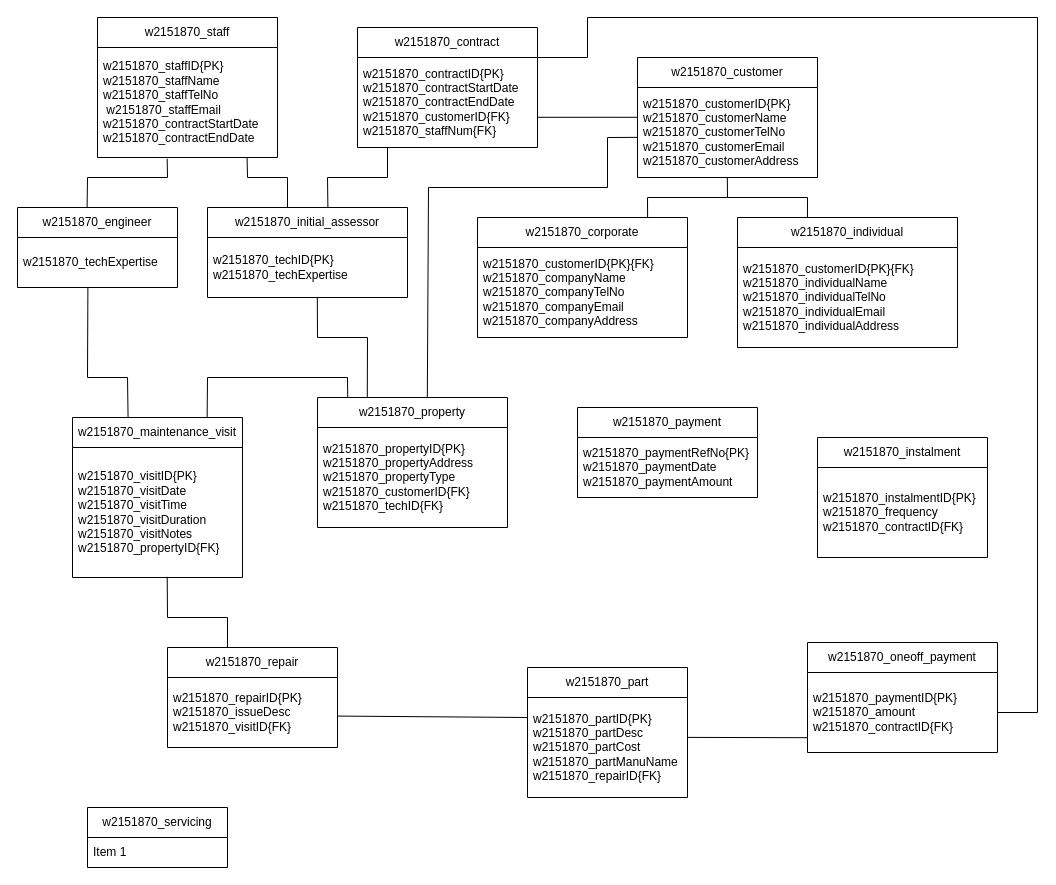
Earlier version of the draw.io diagram question_8.drawio (Yoda200512/skills-introduction-to-github). Source tidied: cells renumbered, new cells numbered last; positions are measured from the earlier drawing's top-left corner, leaving out a move shared by most shapes. Both pictures are drawn from the tidied source at 100%, with x=0, y=0 at pixel (17, 17).
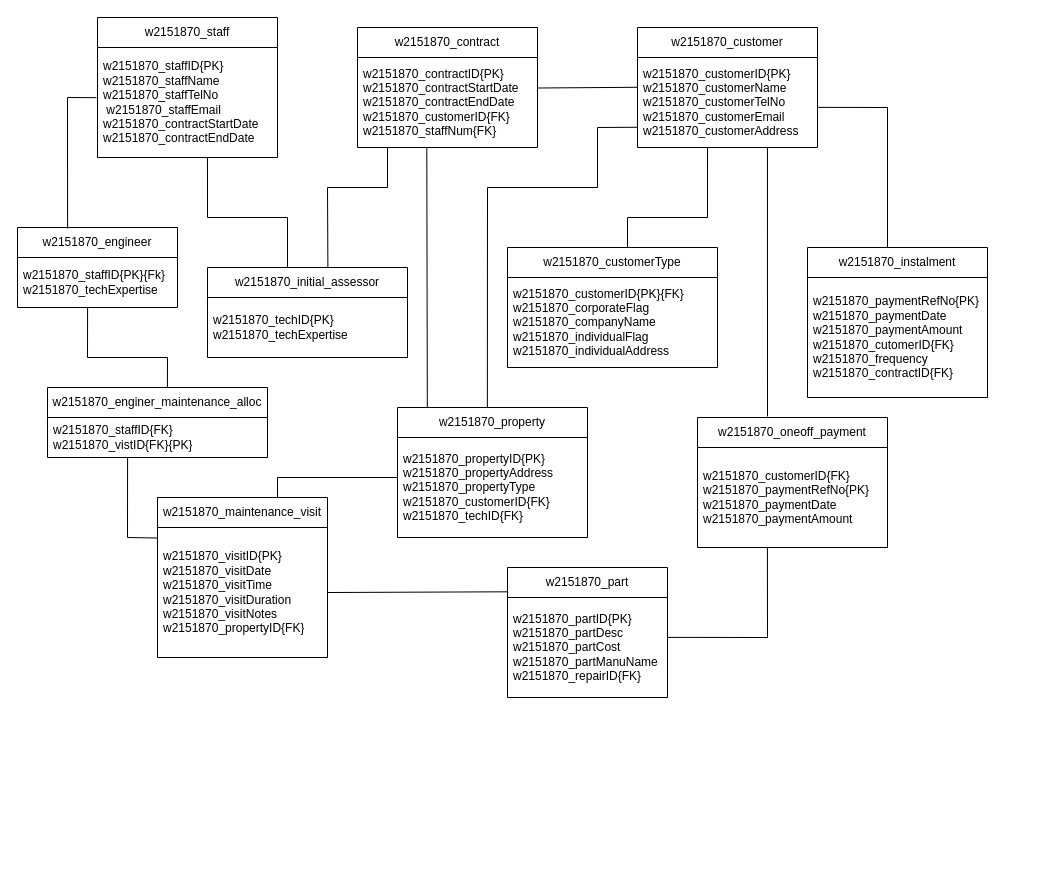
The same page after the edit.

Unchanged cells that the change refers to:
```xml
<mxCell id="3" value="w2151870_staffID{PK}&lt;br&gt;w2151870_staffName&lt;br&gt;w2151870_staffTelNo&lt;br&gt;&amp;nbsp;w2151870_staffEmail&lt;br&gt;w2151870_contractStartDate&lt;br&gt;w2151870_contractEndDate" style="text;strokeColor=none;fillColor=none;align=left;verticalAlign=middle;spacingLeft=4;spacingRight=4;overflow=hidden;points=[[0,0.5],[1,0.5]];portConstraint=eastwest;whiteSpace=wrap;html=1;" parent="2" vertex="1">
  <mxGeometry y="30" width="180" height="110" as="geometry" />
</mxCell>
<mxCell id="4" value="w2151870_contract" style="swimlane;fontStyle=0;horizontal=1;startSize=30;whiteSpace=wrap;html=1;" parent="1" vertex="1">
  <mxGeometry x="340" y="10" width="180" height="120" as="geometry" />
</mxCell>
<mxCell id="5" value="w2151870_contractID{PK}&lt;br&gt;w2151870_contractStartDate&lt;br&gt;w2151870_contractEndDate&lt;br&gt;w2151870_customerID{FK}&lt;br&gt;w2151870_staffNum{FK}" style="text;strokeColor=none;fillColor=none;align=left;verticalAlign=middle;spacingLeft=4;spacingRight=4;overflow=hidden;points=[[0,0.5],[1,0.5]];portConstraint=eastwest;whiteSpace=wrap;html=1;" parent="4" vertex="1">
  <mxGeometry y="30" width="180" height="90" as="geometry" />
</mxCell>
<mxCell id="7" value="w2151870_customerID{PK}&lt;br&gt;w2151870_customerName&lt;br&gt;w2151870_customerTelNo&lt;br&gt;w2151870_customerEmail&lt;br&gt;w2151870_customerAddress" style="text;strokeColor=none;fillColor=none;align=left;verticalAlign=middle;spacingLeft=4;spacingRight=4;overflow=hidden;points=[[0,0.5],[1,0.5]];portConstraint=eastwest;whiteSpace=wrap;html=1;" parent="6" vertex="1">
  <mxGeometry y="30" width="180" height="90" as="geometry" />
</mxCell>
<mxCell id="13" value="w2151870_techID{PK}&lt;br&gt;w2151870_techExpertise" style="text;strokeColor=none;fillColor=none;align=left;verticalAlign=middle;spacingLeft=4;spacingRight=4;overflow=hidden;points=[[0,0.5],[1,0.5]];portConstraint=eastwest;whiteSpace=wrap;html=1;" parent="12" vertex="1">
  <mxGeometry y="30" width="200" height="60" as="geometry" />
</mxCell>
<mxCell id="15" value="w2151870_visitID{PK}&lt;br&gt;w2151870_visitDate&lt;br&gt;w2151870_visitTime&lt;br&gt;w2151870_visitDuration&lt;br&gt;w2151870_visitNotes&lt;br&gt;w2151870_propertyID{FK}" style="text;strokeColor=none;fillColor=none;align=left;verticalAlign=middle;spacingLeft=4;spacingRight=4;overflow=hidden;points=[[0,0.5],[1,0.5]];portConstraint=eastwest;whiteSpace=wrap;html=1;" parent="14" vertex="1">
  <mxGeometry y="30" width="170" height="130" as="geometry" />
</mxCell>
<mxCell id="31" value="w2151870_partID{PK}&lt;br&gt;w2151870_partDesc&lt;br&gt;w2151870_partCost&lt;br&gt;w2151870_partManuName&lt;br&gt;w2151870_repairID{FK}" style="text;strokeColor=none;fillColor=none;align=left;verticalAlign=middle;spacingLeft=4;spacingRight=4;overflow=hidden;points=[[0,0.5],[1,0.5]];portConstraint=eastwest;whiteSpace=wrap;html=1;" parent="30" vertex="1">
  <mxGeometry y="30" width="160" height="100" as="geometry" />
</mxCell>
```

The edit, as a diff of the source:
```diff
@@
     <mxCell id="6" value="w2151870_customer" style="swimlane;fontStyle=0;horizontal=1;startSize=30;whiteSpace=wrap;html=1;" parent="1" vertex="1">
-      <mxGeometry x="620" y="40" width="180" height="120" as="geometry" />
+      <mxGeometry x="620" y="10" width="180" height="120" as="geometry" />
     </mxCell>
@@
-    <mxCell id="8" value="w2151870_corporate" style="swimlane;fontStyle=0;horizontal=1;startSize=30;whiteSpace=wrap;html=1;" parent="1" vertex="1">
-      <mxGeometry x="460" y="200" width="210" height="120" as="geometry" />
-    </mxCell>
-    <mxCell id="9" value="w2151870_customerID{PK}{FK}&lt;br&gt;w2151870_companyName&lt;br&gt;w2151870_companyTelNo&lt;br&gt;w2151870_companyEmail&lt;br&gt;w2151870_companyAddress" style="text;strokeColor=none;fillColor=none;align=left;verticalAlign=middle;spacingLeft=4;spacingRight=4;overflow=hidden;whiteSpace=wrap;html=1;" parent="8" vertex="1">
-      <mxGeometry y="30" width="210" height="90" as="geometry" />
-    </mxCell>
     <mxCell id="10" value="w2151870_property" style="swimlane;fontStyle=0;horizontal=1;startSize=30;whiteSpace=wrap;html=1;" parent="1" vertex="1">
-      <mxGeometry x="300" y="380" width="190" height="130" as="geometry" />
+      <mxGeometry x="380" y="390" width="190" height="130" as="geometry" />
     </mxCell>
@@
     <mxCell id="12" value="w2151870_initial_assessor" style="swimlane;fontStyle=0;horizontal=1;startSize=30;whiteSpace=wrap;html=1;" parent="1" vertex="1">
-      <mxGeometry x="190" y="190" width="200" height="90" as="geometry" />
+      <mxGeometry x="190" y="250" width="200" height="90" as="geometry" />
     </mxCell>
@@
     <mxCell id="14" value="w2151870_maintenance_visit" style="swimlane;fontStyle=0;horizontal=1;startSize=30;whiteSpace=wrap;html=1;" parent="1" vertex="1">
-      <mxGeometry x="55" y="400" width="170" height="160" as="geometry" />
+      <mxGeometry x="140" y="480" width="170" height="160" as="geometry" />
     </mxCell>
@@
-    <mxCell id="16" value="w2151870_repair" style="swimlane;fontStyle=0;horizontal=1;startSize=30;whiteSpace=wrap;html=1;" parent="1" vertex="1">
-      <mxGeometry x="150" y="630" width="170" height="100" as="geometry" />
-    </mxCell>
-    <mxCell id="17" value="w2151870_repairID{PK}&lt;br&gt;w2151870_issueDesc&lt;br&gt;w2151870_visitID{FK}" style="text;strokeColor=none;fillColor=none;align=left;verticalAlign=middle;spacingLeft=4;spacingRight=4;overflow=hidden;points=[[0,0.5],[1,0.5]];portConstraint=eastwest;whiteSpace=wrap;html=1;" parent="16" vertex="1">
-      <mxGeometry y="30" width="170" height="70" as="geometry" />
-    </mxCell>
     <mxCell id="18" value="&lt;span style=&quot;text-align: left;&quot;&gt;w2151870_oneoff_payment&lt;/span&gt;" style="swimlane;fontStyle=0;horizontal=1;startSize=30;whiteSpace=wrap;html=1;" parent="1" vertex="1">
-      <mxGeometry x="790" y="625" width="190" height="110" as="geometry" />
+      <mxGeometry x="680" y="400" width="190" height="130" as="geometry" />
     </mxCell>
-    <mxCell id="19" value="w2151870_paymentID{PK}&lt;br&gt;w2151870_amount&lt;br&gt;w2151870_contractID{FK}" style="text;strokeColor=none;fillColor=none;align=left;verticalAlign=middle;spacingLeft=4;spacingRight=4;overflow=hidden;points=[[0,0.5],[1,0.5]];portConstraint=eastwest;whiteSpace=wrap;html=1;" parent="18" vertex="1">
-      <mxGeometry y="30" width="190" height="80" as="geometry" />
+    <mxCell id="19" value="w2151870_customerID{FK}&lt;br&gt;w2151870_paymentRefNo{PK}&lt;div&gt;w2151870_paymentDate&lt;/div&gt;&lt;div&gt;w2151870_paymentAmount&lt;/div&gt;" style="text;strokeColor=none;fillColor=none;align=left;verticalAlign=middle;spacingLeft=4;spacingRight=4;overflow=hidden;points=[[0,0.5],[1,0.5]];portConstraint=eastwest;whiteSpace=wrap;html=1;" parent="18" vertex="1">
+      <mxGeometry y="30" width="190" height="100" as="geometry" />
     </mxCell>
     <mxCell id="20" value="w2151870_instalment" style="swimlane;fontStyle=0;horizontal=1;startSize=30;whiteSpace=wrap;html=1;" parent="1" vertex="1">
-      <mxGeometry x="800" y="420" width="170" height="120" as="geometry" />
+      <mxGeometry x="790" y="230" width="180" height="150" as="geometry" />
     </mxCell>
-    <mxCell id="21" value="w2151870_instalmentID{PK}&lt;br&gt;w2151870_frequency&lt;br&gt;w2151870_contractID{FK}" style="text;strokeColor=none;fillColor=none;align=left;verticalAlign=middle;spacingLeft=4;spacingRight=4;overflow=hidden;whiteSpace=wrap;html=1;" parent="20" vertex="1">
-      <mxGeometry y="30" width="170" height="90" as="geometry" />
+    <mxCell id="21" value="w2151870_paymentRefNo{PK}&lt;div&gt;w2151870_paymentDate&lt;/div&gt;&lt;div&gt;w2151870_paymentAmount&lt;br&gt;w2151870_cutomerID{FK}&lt;/div&gt;w2151870_frequency&lt;br&gt;w2151870_contractID{FK}" style="text;strokeColor=none;fillColor=none;align=left;verticalAlign=middle;spacingLeft=4;spacingRight=4;overflow=hidden;whiteSpace=wrap;html=1;" parent="20" vertex="1">
+      <mxGeometry y="30" width="180" height="120" as="geometry" />
     </mxCell>
     <mxCell id="22" value="w2151870_engineer" style="swimlane;fontStyle=0;horizontal=1;startSize=30;whiteSpace=wrap;html=1;" parent="1" vertex="1">
-      <mxGeometry y="190" width="160" height="80" as="geometry" />
+      <mxGeometry y="210" width="160" height="80" as="geometry" />
     </mxCell>
-    <mxCell id="23" value="w2151870_techExpertise" style="text;strokeColor=none;fillColor=none;align=left;verticalAlign=middle;spacingLeft=4;spacingRight=4;overflow=hidden;points=[[0,0.5],[1,0.5]];portConstraint=eastwest;whiteSpace=wrap;html=1;" parent="22" vertex="1">
+    <mxCell id="23" value="w2151870_staffID{PK}{Fk}&lt;div&gt;w2151870_techExpertise&lt;/div&gt;" style="text;strokeColor=none;fillColor=none;align=left;verticalAlign=middle;spacingLeft=4;spacingRight=4;overflow=hidden;points=[[0,0.5],[1,0.5]];portConstraint=eastwest;whiteSpace=wrap;html=1;" parent="22" vertex="1">
       <mxGeometry y="30" width="160" height="50" as="geometry" />
     </mxCell>
-    <mxCell id="24" value="w2151870_servicing" style="swimlane;fontStyle=0;horizontal=1;startSize=30;whiteSpace=wrap;html=1;" parent="1" vertex="1">
-      <mxGeometry x="70" y="790" width="140" height="60" as="geometry" />
+    <mxCell id="24" value="w2151870_enginer_maintenance_alloc" style="swimlane;fontStyle=0;horizontal=1;startSize=30;whiteSpace=wrap;html=1;" parent="1" vertex="1">
+      <mxGeometry x="30" y="370" width="220" height="70" as="geometry" />
     </mxCell>
-    <mxCell id="25" value="Item 1" style="text;strokeColor=none;fillColor=none;align=left;verticalAlign=middle;spacingLeft=4;spacingRight=4;overflow=hidden;points=[[0,0.5],[1,0.5]];portConstraint=eastwest;whiteSpace=wrap;html=1;" parent="24" vertex="1">
-      <mxGeometry y="30" width="140" height="30" as="geometry" />
+    <mxCell id="25" value="w2151870_staffID{FK}&lt;br&gt;w2151870_vistID{FK}{PK}" style="text;strokeColor=none;fillColor=none;align=left;verticalAlign=middle;spacingLeft=4;spacingRight=4;overflow=hidden;points=[[0,0.5],[1,0.5]];portConstraint=eastwest;whiteSpace=wrap;html=1;" parent="24" vertex="1">
+      <mxGeometry y="30" width="220" height="40" as="geometry" />
     </mxCell>
-    <mxCell id="26" value="w2151870_payment" style="swimlane;fontStyle=0;horizontal=1;startSize=30;whiteSpace=wrap;html=1;" parent="1" vertex="1">
-      <mxGeometry x="560" y="390" width="180" height="90" as="geometry" />
-    </mxCell>
-    <mxCell id="27" value="w2151870_paymentRefNo{PK}&lt;div&gt;w2151870_paymentDate&lt;/div&gt;&lt;div&gt;w2151870_paymentAmount&lt;/div&gt;" style="text;strokeColor=none;fillColor=none;align=left;verticalAlign=middle;spacingLeft=4;spacingRight=4;overflow=hidden;whiteSpace=wrap;html=1;" parent="26" vertex="1">
-      <mxGeometry y="30" width="180" height="60" as="geometry" />
-    </mxCell>
-    <mxCell id="28" value="w2151870_individual" style="swimlane;fontStyle=0;horizontal=1;startSize=30;whiteSpace=wrap;html=1;" parent="1" vertex="1">
-      <mxGeometry x="720" y="200" width="220" height="130" as="geometry" />
-    </mxCell>
-    <mxCell id="29" value="w2151870_customerID{PK}{FK}&lt;br&gt;w2151870_individualName&lt;br&gt;w2151870_individualTelNo&lt;br&gt;w2151870_individualEmail&lt;br&gt;w2151870_individualAddress" style="text;strokeColor=none;fillColor=none;align=left;verticalAlign=middle;spacingLeft=4;spacingRight=4;overflow=hidden;whiteSpace=wrap;html=1;" parent="28" vertex="1">
-      <mxGeometry y="30" width="220" height="100" as="geometry" />
-    </mxCell>
     <mxCell id="30" value="w2151870_part" style="swimlane;fontStyle=0;horizontal=1;startSize=30;whiteSpace=wrap;html=1;" parent="1" vertex="1">
-      <mxGeometry x="510" y="650" width="160" height="130" as="geometry" />
+      <mxGeometry x="490" y="550" width="160" height="130" as="geometry" />
     </mxCell>
@@
-    <mxCell id="32" style="endArrow=none;html=1;rounded=0;entryX=0.4;entryY=0;entryDx=0;entryDy=0;entryPerimeter=0;exitX=0.831;exitY=1.003;exitDx=0;exitDy=0;exitPerimeter=0;" parent="1" edge="1" source="3" target="12">
+    <mxCell id="32" style="endArrow=none;html=1;rounded=0;entryX=0.4;entryY=0;entryDx=0;entryDy=0;entryPerimeter=0;exitX=0.611;exitY=1;exitDx=0;exitDy=0;exitPerimeter=0;" parent="1" edge="1" source="3" target="12">
       <mxGeometry relative="1" as="geometry">
         <Array as="points">
-          <mxPoint x="230" y="160" />
-          <mxPoint x="270" y="160" />
+          <mxPoint x="190" y="200" />
+          <mxPoint x="270" y="200" />
         </Array>
       </mxGeometry>
     </mxCell>
-    <mxCell id="33" style="endArrow=none;html=1;rounded=0;entryX=0;entryY=0.331;entryDx=0;entryDy=0;entryPerimeter=0;exitX=0.996;exitY=0.538;exitDx=0;exitDy=0;exitPerimeter=0;" parent="1" edge="1" target="7">
-      <mxGeometry relative="1" as="geometry">
-        <mxPoint x="520" y="99.8" as="sourcePoint" />
-      </mxGeometry>
+    <mxCell id="33" style="endArrow=none;html=1;rounded=0;entryX=0;entryY=0.331;entryDx=0;entryDy=0;entryPerimeter=0;exitX=1.003;exitY=0.339;exitDx=0;exitDy=0;exitPerimeter=0;" parent="1" edge="1" source="5" target="7">
+      <mxGeometry relative="1" as="geometry" />
     </mxCell>
-    <mxCell id="34" style="endArrow=none;html=1;rounded=0;entryX=-0.002;entryY=0.554;entryDx=0;entryDy=0;entryPerimeter=0;exitX=0.578;exitY=0.004;exitDx=0;exitDy=0;exitPerimeter=0;" parent="1" edge="1" source="10" target="7">
+    <mxCell id="34" style="endArrow=none;html=1;rounded=0;entryX=-0.001;entryY=0.775;entryDx=0;entryDy=0;entryPerimeter=0;exitX=0.473;exitY=0.001;exitDx=0;exitDy=0;exitPerimeter=0;" parent="1" edge="1" source="10" target="7">
       <mxGeometry relative="1" as="geometry">
         <Array as="points">
-          <mxPoint x="411" y="170" />
-          <mxPoint x="590" y="170" />
-          <mxPoint x="590" y="120" />
+          <mxPoint x="470" y="170" />
+          <mxPoint x="580" y="170" />
+          <mxPoint x="580" y="110" />
         </Array>
       </mxGeometry>
     </mxCell>
-    <mxCell id="35" style="endArrow=none;html=1;rounded=0;entryX=0.262;entryY=0.001;entryDx=0;entryDy=0;exitX=0.549;exitY=0.997;exitDx=0;exitDy=0;exitPerimeter=0;entryPerimeter=0;" parent="1" edge="1" source="13" target="10">
-      <mxGeometry relative="1" as="geometry">
-        <Array as="points">
-          <mxPoint x="300" y="320" />
-          <mxPoint x="350" y="320" />
-        </Array>
-      </mxGeometry>
-    </mxCell>
-    <mxCell id="36" style="endArrow=none;html=1;rounded=0;entryX=0.159;entryY=0;entryDx=0;entryDy=0;entryPerimeter=0;exitX=0.792;exitY=0;exitDx=0;exitDy=0;exitPerimeter=0;" parent="1" edge="1" source="14" target="10">
-      <mxGeometry relative="1" as="geometry">
-        <Array as="points">
-          <mxPoint x="190" y="360" />
-          <mxPoint x="330" y="360" />
-        </Array>
-      </mxGeometry>
-    </mxCell>
-    <mxCell id="37" style="endArrow=none;html=1;rounded=0;entryX=0.353;entryY=-0.002;entryDx=0;entryDy=0;entryPerimeter=0;exitX=0.557;exitY=0.995;exitDx=0;exitDy=0;exitPerimeter=0;" parent="1" edge="1" source="15" target="16">
-      <mxGeometry relative="1" as="geometry">
-        <Array as="points">
-          <mxPoint x="150" y="600" />
-          <mxPoint x="210" y="600" />
-        </Array>
-      </mxGeometry>
-    </mxCell>
-    <mxCell id="38" style="endArrow=none;html=1;rounded=0;entryX=0;entryY=0.2;entryDx=0;entryDy=0;entryPerimeter=0;exitX=0.998;exitY=0.551;exitDx=0;exitDy=0;exitPerimeter=0;" parent="1" edge="1" source="17" target="31">
+    <mxCell id="38" style="endArrow=none;html=1;rounded=0;exitX=1;exitY=0.5;exitDx=0;exitDy=0;entryX=-0.001;entryY=0.187;entryDx=0;entryDy=0;entryPerimeter=0;" parent="1" edge="1" source="15" target="30">
       <mxGeometry relative="1" as="geometry" />
     </mxCell>
-    <mxCell id="39" style="endArrow=none;html=1;rounded=0;exitX=1;exitY=0.25;exitDx=0;exitDy=0;entryX=1;entryY=0.5;entryDx=0;entryDy=0;" parent="1" edge="1" source="4" target="19">
+    <mxCell id="39" style="endArrow=none;html=1;rounded=0;exitX=0.999;exitY=0.554;exitDx=0;exitDy=0;exitPerimeter=0;" parent="1" edge="1" source="7">
       <mxGeometry relative="1" as="geometry">
+        <mxPoint x="870" y="230" as="targetPoint" />
         <Array as="points">
-          <mxPoint x="570" y="40" />
-          <mxPoint x="570" />
-          <mxPoint x="1020" />
-          <mxPoint x="1020" y="695" />
+          <mxPoint x="870" y="90" />
         </Array>
       </mxGeometry>
     </mxCell>
-    <mxCell id="40" style="endArrow=none;html=1;rounded=0;entryX=0.318;entryY=-0.001;entryDx=0;entryDy=0;entryPerimeter=0;" parent="1" edge="1" target="28">
-      <mxGeometry relative="1" as="geometry">
-        <mxPoint x="710" y="180" as="sourcePoint" />
-        <Array as="points">
-          <mxPoint x="790" y="180" />
-        </Array>
-      </mxGeometry>
-    </mxCell>
-    <mxCell id="41" style="endArrow=none;html=1;rounded=0;entryX=0.499;entryY=0.998;entryDx=0;entryDy=0;entryPerimeter=0;exitX=0.81;exitY=0;exitDx=0;exitDy=0;exitPerimeter=0;" parent="1" edge="1" source="8" target="7">
-      <mxGeometry relative="1" as="geometry">
-        <Array as="points">
-          <mxPoint x="630" y="180" />
-          <mxPoint x="710" y="180" />
-        </Array>
-      </mxGeometry>
-    </mxCell>
     <mxCell id="42" style="endArrow=none;html=1;rounded=0;exitX=0.602;exitY=0;exitDx=0;exitDy=0;exitPerimeter=0;" parent="1" edge="1" source="12">
       <mxGeometry relative="1" as="geometry">
         <mxPoint x="370" y="130" as="targetPoint" />
         <Array as="points">
-          <mxPoint x="310" y="160" />
-          <mxPoint x="370" y="160" />
+          <mxPoint x="310" y="170" />
+          <mxPoint x="370" y="170" />
         </Array>
       </mxGeometry>
     </mxCell>
-    <mxCell id="43" style="endArrow=none;html=1;rounded=0;entryX=0.387;entryY=1.011;entryDx=0;entryDy=0;entryPerimeter=0;exitX=0.435;exitY=-0.001;exitDx=0;exitDy=0;exitPerimeter=0;" parent="1" edge="1" source="22" target="3">
+    <mxCell id="43" style="endArrow=none;html=1;rounded=0;entryX=-0.006;entryY=0.456;entryDx=0;entryDy=0;entryPerimeter=0;exitX=0.313;exitY=0.012;exitDx=0;exitDy=0;exitPerimeter=0;" parent="1" edge="1" source="22" target="3">
       <mxGeometry relative="1" as="geometry">
         <Array as="points">
-          <mxPoint x="70" y="160" />
-          <mxPoint x="150" y="160" />
+          <mxPoint x="50" y="80" />
         </Array>
       </mxGeometry>
     </mxCell>
-    <mxCell id="44" style="endArrow=none;html=1;rounded=0;entryX=0.327;entryY=0.003;entryDx=0;entryDy=0;entryPerimeter=0;exitX=0.44;exitY=1.004;exitDx=0;exitDy=0;exitPerimeter=0;" parent="1" edge="1" source="23" target="14">
-      <mxGeometry relative="1" as="geometry">
-        <Array as="points">
-          <mxPoint x="70" y="360" />
-          <mxPoint x="110" y="360" />
-        </Array>
-      </mxGeometry>
-    </mxCell>
-    <mxCell id="45" style="endArrow=none;html=1;rounded=0;exitX=1.003;exitY=0.399;exitDx=0;exitDy=0;exitPerimeter=0;entryX=-0.002;entryY=0.815;entryDx=0;entryDy=0;entryPerimeter=0;" parent="1" edge="1" source="31" target="19">
-      <mxGeometry relative="1" as="geometry" />
+    <mxCell id="45" style="endArrow=none;html=1;rounded=0;exitX=1.003;exitY=0.399;exitDx=0;exitDy=0;exitPerimeter=0;entryX=0.368;entryY=1.002;entryDx=0;entryDy=0;entryPerimeter=0;" parent="1" edge="1" source="31" target="19">
+      <mxGeometry relative="1" as="geometry">
+        <Array as="points">
+          <mxPoint x="750" y="620" />
+        </Array>
+      </mxGeometry>
     </mxCell>
+    <mxCell id="46" style="endArrow=none;html=1;rounded=0;exitX=0.706;exitY=0;exitDx=0;exitDy=0;exitPerimeter=0;" parent="1" edge="1" source="14">
+      <mxGeometry relative="1" as="geometry">
+        <mxPoint x="380" y="460" as="targetPoint" />
+        <Array as="points">
+          <mxPoint x="260" y="460" />
+          <mxPoint x="380" y="460" />
+        </Array>
+      </mxGeometry>
+    </mxCell>
+    <mxCell id="47" style="endArrow=none;html=1;rounded=0;entryX=0.438;entryY=1;entryDx=0;entryDy=0;entryPerimeter=0;exitX=0.545;exitY=0.005;exitDx=0;exitDy=0;exitPerimeter=0;" parent="1" edge="1" source="24" target="23">
+      <mxGeometry relative="1" as="geometry">
+        <Array as="points">
+          <mxPoint x="150" y="340" />
+          <mxPoint x="70" y="340" />
+        </Array>
+      </mxGeometry>
+    </mxCell>
+    <mxCell id="48" style="endArrow=none;html=1;rounded=0;entryX=0.364;entryY=0.988;entryDx=0;entryDy=0;entryPerimeter=0;exitX=-0.002;exitY=0.081;exitDx=0;exitDy=0;exitPerimeter=0;" parent="1" edge="1" source="15" target="25">
+      <mxGeometry relative="1" as="geometry">
+        <Array as="points">
+          <mxPoint x="110" y="520" />
+        </Array>
+      </mxGeometry>
+    </mxCell>
+    <mxCell id="49" style="endArrow=none;html=1;rounded=0;exitX=0.157;exitY=0.002;exitDx=0;exitDy=0;exitPerimeter=0;entryX=0.385;entryY=0.995;entryDx=0;entryDy=0;entryPerimeter=0;" parent="1" edge="1" source="10" target="5">
+      <mxGeometry relative="1" as="geometry" />
+    </mxCell>
+    <mxCell id="50" value="w2151870_customerType" style="swimlane;fontStyle=0;horizontal=1;startSize=30;whiteSpace=wrap;html=1;" parent="1" vertex="1">
+      <mxGeometry x="490" y="230" width="210" height="120" as="geometry" />
+    </mxCell>
+    <mxCell id="51" value="w2151870_customerID{PK}{FK}&lt;div&gt;w2151870_corporateFlag&lt;br&gt;w2151870_companyName&lt;br&gt;w2151870_individualFlag&lt;br&gt;w2151870_individualAddress&lt;/div&gt;" style="text;strokeColor=none;fillColor=none;align=left;verticalAlign=middle;spacingLeft=4;spacingRight=4;overflow=hidden;whiteSpace=wrap;html=1;" parent="50" vertex="1">
+      <mxGeometry y="30" width="210" height="90" as="geometry" />
+    </mxCell>
+    <mxCell id="52" style="endArrow=none;html=1;rounded=0;entryX=0.389;entryY=1;entryDx=0;entryDy=0;entryPerimeter=0;" parent="1" edge="1" target="7">
+      <mxGeometry relative="1" as="geometry">
+        <mxPoint x="610" y="230" as="sourcePoint" />
+        <Array as="points">
+          <mxPoint x="610" y="200" />
+          <mxPoint x="690" y="200" />
+        </Array>
+      </mxGeometry>
+    </mxCell>
+    <mxCell id="53" style="endArrow=none;html=1;rounded=0;entryX=0.722;entryY=1;entryDx=0;entryDy=0;entryPerimeter=0;" parent="1" edge="1" target="7">
+      <mxGeometry relative="1" as="geometry">
+        <mxPoint x="750" y="399" as="sourcePoint" />
+      </mxGeometry>
+    </mxCell>
```
